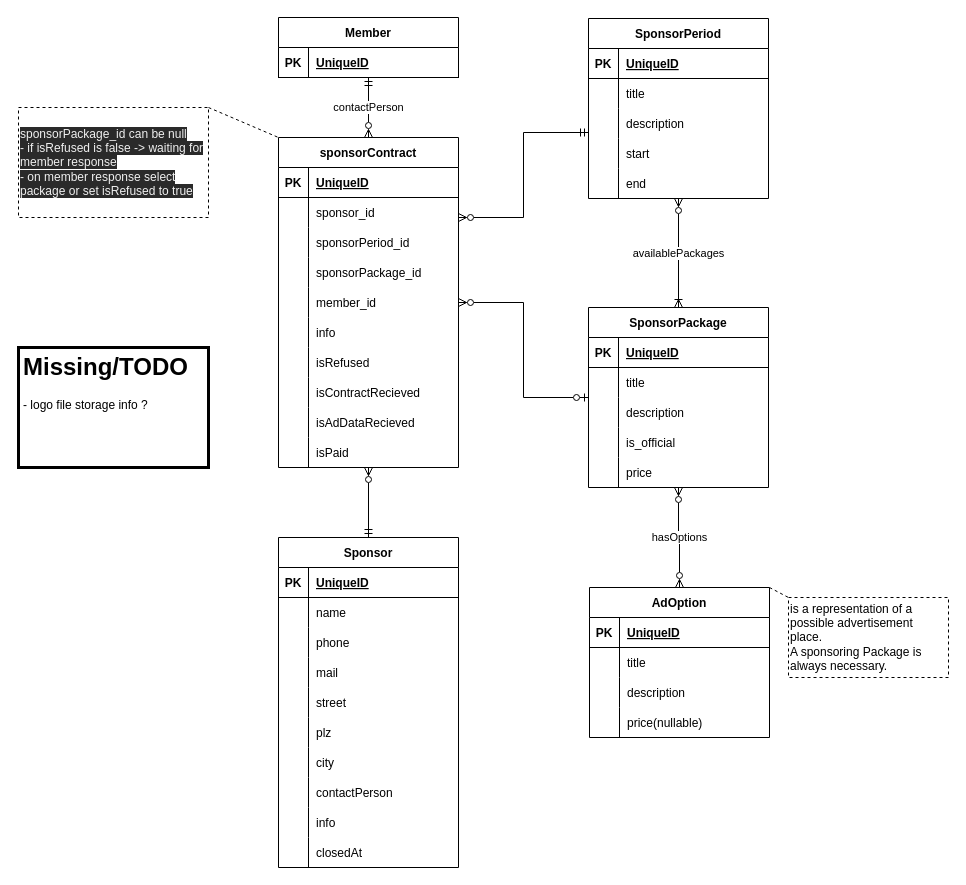
Above: page "sponsors_draft" (2 of 2) of docs/fullDatabase.drawio in danielraab/club-manager (draw.io), before the change. Source tidied: cells renumbered, new cells numbered last; positions are measured from the earlier drawing's top-left corner, leaving out a move shared by most shapes. Both pictures are drawn from the tidied source at 100%, with x=0, y=0 at pixel (18, 17).
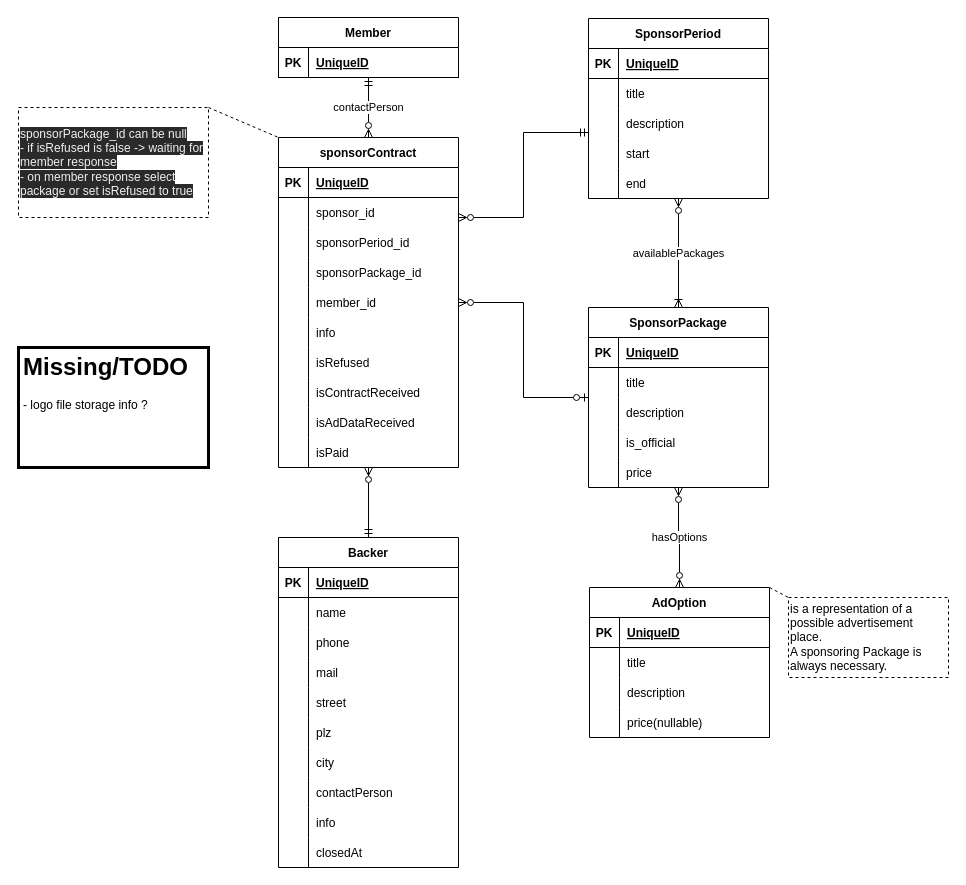
The same page after the edit.

The change refers to these unchanged cells:
```xml
<mxCell id="106" style="shape=tableRow;horizontal=0;startSize=0;swimlaneHead=0;swimlaneBody=0;fillColor=none;top=0;left=0;right=0;bottom=0;" parent="84" vertex="1">
  <mxGeometry y="240" width="180" height="30" as="geometry" />
</mxCell>
<mxCell id="109" style="shape=tableRow;horizontal=0;startSize=0;swimlaneHead=0;swimlaneBody=0;fillColor=none;top=0;left=0;right=0;bottom=0;" parent="84" vertex="1">
  <mxGeometry y="270" width="180" height="30" as="geometry" />
</mxCell>
```

Diff of the diagram source:
```diff
@@
-    <mxCell id="2" value="Sponsor" style="shape=table;startSize=30;childLayout=tableLayout;rowLines=0;fontStyle=1;align=center;" parent="1" vertex="1">
+    <mxCell id="2" value="Backer" style="shape=table;startSize=30;childLayout=tableLayout;rowLines=0;fontStyle=1;align=center;" parent="1" vertex="1">
       <mxGeometry x="260" y="520" width="180" height="330" as="geometry" />
     </mxCell>
@@
-    <mxCell id="108" value="isContractRecieved" style="shape=partialRectangle;fillColor=none;top=0;left=0;bottom=0;right=0;align=left;spacingLeft=6;overflow=hidden;" parent="106" vertex="1">
+    <mxCell id="108" value="isContractReceived" style="shape=partialRectangle;fillColor=none;top=0;left=0;bottom=0;right=0;align=left;spacingLeft=6;overflow=hidden;" parent="106" vertex="1">
       <mxGeometry x="30" width="150" height="30" as="geometry" />
     </mxCell>
@@
-    <mxCell id="111" value="isAdDataRecieved" style="shape=partialRectangle;fillColor=none;top=0;left=0;bottom=0;right=0;align=left;spacingLeft=6;overflow=hidden;" parent="109" vertex="1">
+    <mxCell id="111" value="isAdDataReceived" style="shape=partialRectangle;fillColor=none;top=0;left=0;bottom=0;right=0;align=left;spacingLeft=6;overflow=hidden;" parent="109" vertex="1">
       <mxGeometry x="30" width="150" height="30" as="geometry" />
     </mxCell>
```
